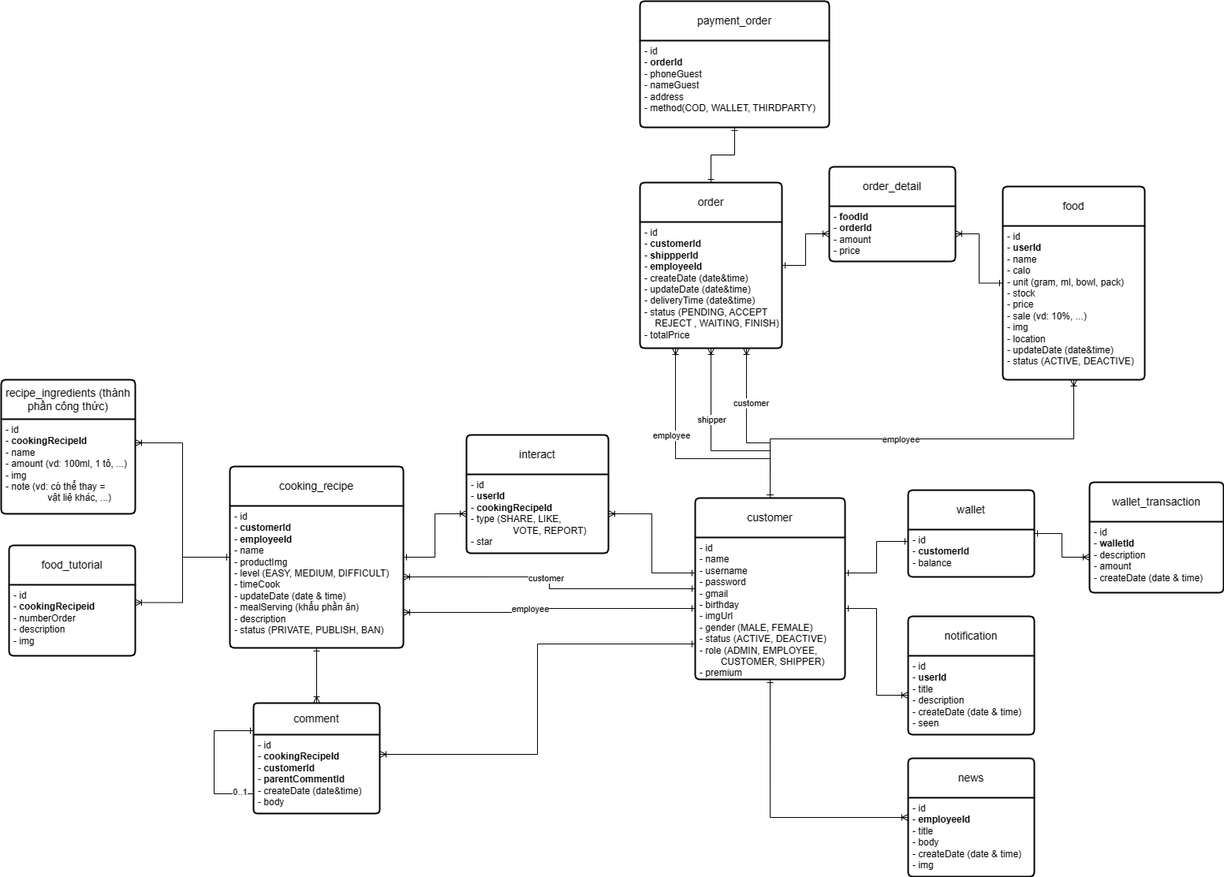
Before: Documents/energy_handbook-database.drawio.png, a diagram exported from draw.io (BlueEyesssss/energy-handbook). Source tidied: cells renumbered, new cells last; positions are measured from the earlier drawing's top-left corner, leaving out a move shared by most shapes.
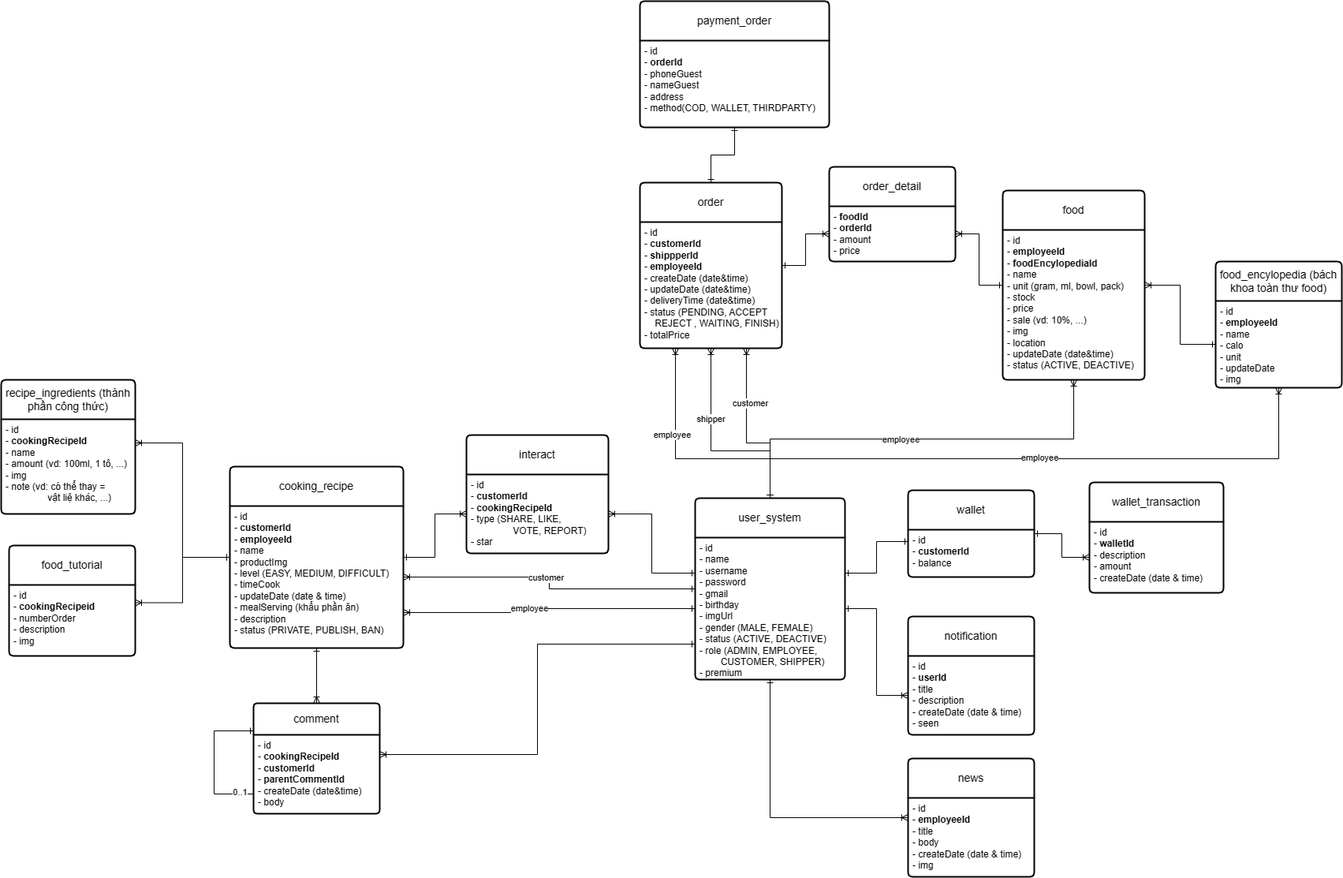
The same file after the commit.

Commit message:
feat & build: crud food encylopedia & update entity

Diff of the diagram source:
```diff
@@ -58,7 +58,18 @@
         <mxPoint x="-41" y="-31" as="offset" />
       </mxGeometry>
     </mxCell>
+    <mxCell id="57" style="edgeStyle=orthogonalEdgeStyle;rounded=0;jettySize=auto;html=1;entryX=0.5;entryY=1;entryDx=0;entryDy=0;exitX=0.5;exitY=0;exitDx=0;exitDy=0;startArrow=ERone;startFill=0;endArrow=ERoneToMany;endFill=0;" parent="1" edge="1" source="13" target="61">
+      <mxGeometry relative="1" as="geometry">
+        <Array as="points">
+          <mxPoint x="975" y="580" />
+          <mxPoint x="1620" y="580" />
+        </Array>
+      </mxGeometry>
+    </mxCell>
+    <mxCell id="58" value="employee" style="edgeLabel;html=1;align=center;verticalAlign=middle;" parent="57" vertex="1">
+      <mxGeometry y="1" relative="1" as="geometry" />
+    </mxCell>
-    <mxCell id="13" value="customer" style="swimlane;horizontal=1;startSize=50;rounded=1;fontSize=14;fontStyle=0;strokeWidth=2;shadow=0;dashed=0;align=center;arcSize=4;whiteSpace=wrap;html=1;" parent="1" vertex="1">
+    <mxCell id="13" value="user_system" style="swimlane;horizontal=1;startSize=50;rounded=1;fontSize=14;fontStyle=0;strokeWidth=2;shadow=0;dashed=0;align=center;arcSize=4;whiteSpace=wrap;html=1;" parent="1" vertex="1">
       <mxGeometry x="880" y="630" width="190" height="230" as="geometry" />
     </mxCell>
     <mxCell id="14" value="- id&lt;div&gt;- name&lt;/div&gt;&lt;div&gt;- username&lt;/div&gt;&lt;div&gt;- password&lt;/div&gt;&lt;div&gt;- gmail&lt;/div&gt;&lt;div&gt;- birthday&lt;/div&gt;&lt;div&gt;- imgUrl&lt;/div&gt;&lt;div&gt;- gender (MALE, FEMALE)&lt;/div&gt;&lt;div&gt;- status (ACTIVE, DEACTIVE)&lt;/div&gt;&lt;div&gt;- role (ADMIN, EMPLOYEE,&amp;nbsp;&lt;/div&gt;&lt;div&gt;&lt;span style=&quot;white-space: pre;&quot;&gt;&#9;&lt;/span&gt;CUSTOMER, SHIPPER)&lt;/div&gt;&lt;div&gt;- premium&lt;/div&gt;" style="align=left;strokeColor=none;fillColor=none;spacingLeft=4;fontSize=12;verticalAlign=top;html=1;" parent="13" vertex="1">
@@ -67,11 +78,14 @@
     <mxCell id="15" style="edgeStyle=orthogonalEdgeStyle;rounded=0;jettySize=auto;html=1;entryX=1;entryY=0.5;entryDx=0;entryDy=0;startArrow=ERone;startFill=0;endArrow=ERoneToMany;endFill=0;" parent="1" edge="1" source="16" target="51">
       <mxGeometry relative="1" as="geometry" />
     </mxCell>
+    <mxCell id="59" style="edgeStyle=orthogonalEdgeStyle;rounded=0;jettySize=auto;html=1;entryX=0;entryY=0.5;entryDx=0;entryDy=0;startArrow=ERoneToMany;startFill=0;endArrow=ERone;endFill=0;" parent="1" edge="1" source="16" target="61">
+      <mxGeometry relative="1" as="geometry" />
+    </mxCell>
     <mxCell id="16" value="food" style="swimlane;horizontal=1;startSize=50;rounded=1;fontSize=14;fontStyle=0;strokeWidth=2;shadow=0;dashed=0;align=center;arcSize=4;whiteSpace=wrap;html=1;" parent="1" vertex="1">
-      <mxGeometry x="1270" y="235" width="180" height="245" as="geometry" />
+      <mxGeometry x="1270" y="240" width="180" height="240" as="geometry" />
     </mxCell>
-    <mxCell id="17" value="- id&lt;div&gt;- &lt;b&gt;userId&lt;/b&gt;&lt;br&gt;&lt;div&gt;- name&lt;/div&gt;&lt;div&gt;- calo&lt;/div&gt;&lt;div&gt;- unit (gram, ml, bowl, pack)&lt;/div&gt;&lt;div&gt;- stock&lt;/div&gt;&lt;div&gt;- price&lt;/div&gt;&lt;div&gt;- sale (vd: 10%, ...)&lt;/div&gt;&lt;div&gt;- img&lt;/div&gt;&lt;div&gt;- location&lt;/div&gt;&lt;/div&gt;&lt;div&gt;- updateDate (date&amp;amp;time)&lt;/div&gt;&lt;div&gt;- status (ACTIVE, DEACTIVE)&lt;/div&gt;" style="align=left;strokeColor=none;fillColor=none;spacingLeft=4;fontSize=12;verticalAlign=top;html=1;" parent="16" vertex="1">
-      <mxGeometry y="50" width="180" height="195" as="geometry" />
+    <mxCell id="17" value="- id&lt;div&gt;- &lt;b&gt;employeeId&lt;/b&gt;&lt;/div&gt;&lt;div&gt;-&lt;b&gt; foodEncylopediaId&lt;br&gt;&lt;/b&gt;&lt;div&gt;- name&lt;/div&gt;&lt;div&gt;- unit (gram, ml, bowl, pack)&lt;/div&gt;&lt;div&gt;- stock&lt;/div&gt;&lt;div&gt;- price&lt;/div&gt;&lt;div&gt;- sale (vd: 10%, ...)&lt;/div&gt;&lt;div&gt;- img&lt;/div&gt;&lt;div&gt;- location&lt;/div&gt;&lt;/div&gt;&lt;div&gt;- updateDate (date&amp;amp;time)&lt;/div&gt;&lt;div&gt;- status (ACTIVE, DEACTIVE)&lt;/div&gt;" style="align=left;strokeColor=none;fillColor=none;spacingLeft=4;fontSize=12;verticalAlign=top;html=1;" parent="16" vertex="1">
+      <mxGeometry y="50" width="180" height="190" as="geometry" />
     </mxCell>
     <mxCell id="18" style="edgeStyle=orthogonalEdgeStyle;rounded=0;jettySize=auto;html=1;entryX=1;entryY=0.25;entryDx=0;entryDy=0;startArrow=ERone;startFill=0;endArrow=ERoneToMany;endFill=0;" parent="1" edge="1" source="21" target="39">
       <mxGeometry relative="1" as="geometry" />
@@ -148,7 +162,7 @@
     <mxCell id="42" value="interact" style="swimlane;horizontal=1;startSize=50;rounded=1;fontSize=14;fontStyle=0;strokeWidth=2;shadow=0;dashed=0;align=center;arcSize=4;whiteSpace=wrap;html=1;" parent="1" vertex="1">
       <mxGeometry x="590" y="550" width="180" height="150" as="geometry" />
     </mxCell>
-    <mxCell id="43" value="&lt;div&gt;- id&lt;/div&gt;- &lt;b&gt;userId&lt;/b&gt;&lt;div&gt;- &lt;b&gt;cookingRecipeId&lt;/b&gt;&lt;/div&gt;&lt;div&gt;- type (SHARE, LIKE,&amp;nbsp;&lt;/div&gt;&lt;div&gt;&lt;span style=&quot;white-space: pre;&quot;&gt;&#9;&lt;/span&gt;&lt;span style=&quot;white-space: pre;&quot;&gt;&#9;&lt;/span&gt;VOTE, REPORT)&lt;/div&gt;&lt;div&gt;- star&lt;/div&gt;" style="align=left;strokeColor=none;fillColor=none;spacingLeft=4;fontSize=12;verticalAlign=top;html=1;" parent="42" vertex="1">
+    <mxCell id="43" value="&lt;div&gt;- id&lt;/div&gt;-&amp;nbsp;&lt;b&gt;customerId&lt;/b&gt;&lt;div&gt;- &lt;b&gt;cookingRecipeId&lt;/b&gt;&lt;/div&gt;&lt;div&gt;- type (SHARE, LIKE,&amp;nbsp;&lt;/div&gt;&lt;div&gt;&lt;span style=&quot;white-space: pre;&quot;&gt;&#9;&lt;/span&gt;&lt;span style=&quot;white-space: pre;&quot;&gt;&#9;&lt;/span&gt;VOTE, REPORT)&lt;/div&gt;&lt;div&gt;- star&lt;/div&gt;" style="align=left;strokeColor=none;fillColor=none;spacingLeft=4;fontSize=12;verticalAlign=top;html=1;" parent="42" vertex="1">
       <mxGeometry y="50" width="180" height="100" as="geometry" />
     </mxCell>
     <mxCell id="44" value="comment" style="swimlane;horizontal=1;startSize=40;rounded=1;fontSize=14;fontStyle=0;strokeWidth=2;shadow=0;dashed=0;align=center;arcSize=4;whiteSpace=wrap;html=1;" parent="1" vertex="1">
@@ -202,5 +216,11 @@
     <mxCell id="56" style="edgeStyle=orthogonalEdgeStyle;rounded=0;jettySize=auto;html=1;entryX=0;entryY=0.25;entryDx=0;entryDy=0;startArrow=ERone;startFill=0;endArrow=ERoneToMany;endFill=0;exitX=0.5;exitY=1;exitDx=0;exitDy=0;" parent="1" edge="1" source="14" target="55">
       <mxGeometry relative="1" as="geometry" />
     </mxCell>
+    <mxCell id="60" value="food_encylopedia (bách khoa toàn thư food)" style="swimlane;horizontal=1;startSize=50;rounded=1;fontSize=14;fontStyle=0;strokeWidth=2;shadow=0;dashed=0;align=center;arcSize=4;whiteSpace=wrap;html=1;" parent="1" vertex="1">
+      <mxGeometry x="1540" y="330" width="160" height="160" as="geometry" />
+    </mxCell>
+    <mxCell id="61" value="- id&lt;div&gt;- &lt;b&gt;employeeId&lt;/b&gt;&lt;/div&gt;&lt;div&gt;- name&lt;br&gt;- calo&lt;/div&gt;&lt;div&gt;- unit&lt;/div&gt;&lt;div&gt;- updateDate&lt;/div&gt;&lt;div&gt;- img&lt;/div&gt;" style="align=left;strokeColor=none;fillColor=none;spacingLeft=4;fontSize=12;verticalAlign=top;html=1;" parent="60" vertex="1">
+      <mxGeometry y="50" width="160" height="110" as="geometry" />
+    </mxCell>
   </root>
 </mxGraphModel>
```
